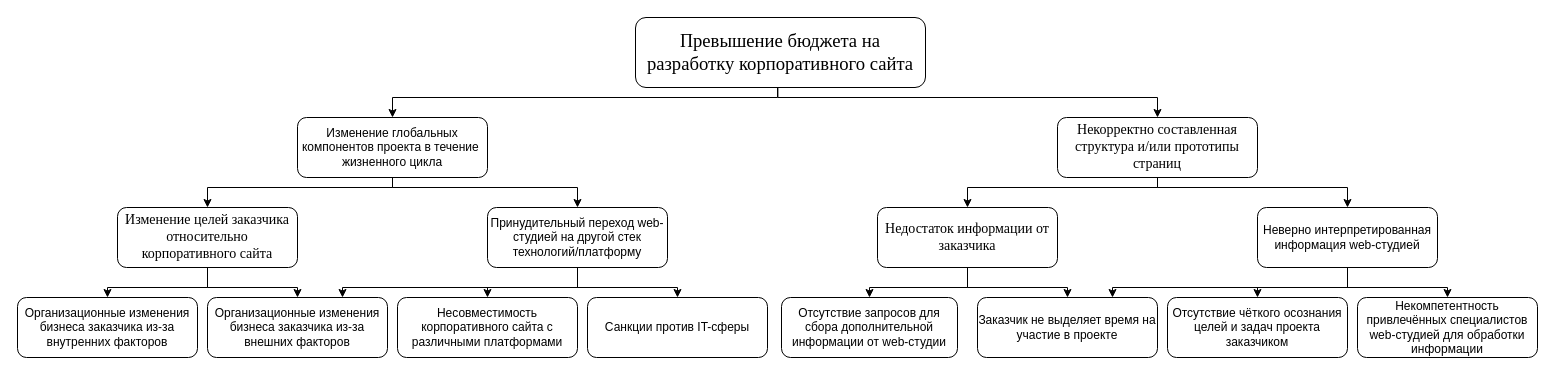
Before: page "Дерево причин" (7 of 8) of 3 курс/5 семестр/ТСиСА/Курсовая/модели2ч.drawio in Luzinsan/tusur, a draw.io diagram. Source tidied: cells renumbered, new cells numbered last; positions are measured from the earlier drawing's top-left corner, leaving out a move shared by most shapes. Both pictures are drawn from the tidied source at 100%, with x=0, y=0 at pixel (17, 17).
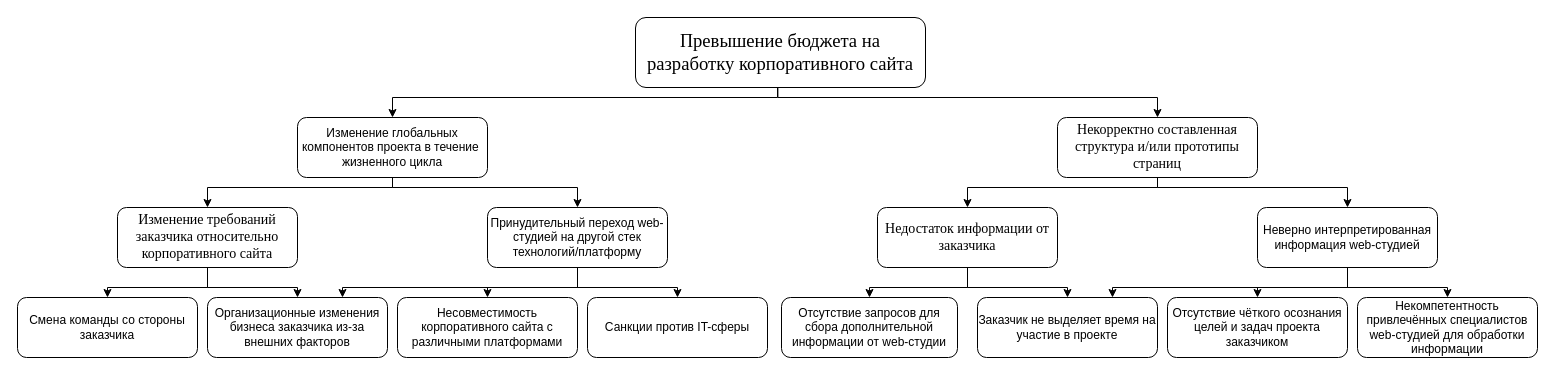
The same page after the edit.

Commit message (it also covers changes not shown here):
ТСиСА (Курсач) - начало 3-й части

Change to the diagram source:
```diff
@@
-    <mxCell id="13" value="Изменение целей заказчика относительно корпоративного сайта" style="rounded=1;whiteSpace=wrap;html=1;fontFamily=Times New Roman;fontSize=14;" parent="1" vertex="1">
+    <mxCell id="13" value="Изменение требований заказчика относительно корпоративного сайта" style="rounded=1;whiteSpace=wrap;html=1;fontFamily=Times New Roman;fontSize=14;" parent="1" vertex="1">
       <mxGeometry x="100" y="190" width="180" height="60" as="geometry" />
     </mxCell>
@@
-    <mxCell id="25" value="Организационные изменения бизнеса заказчика из-за внутренних факторов" style="rounded=1;whiteSpace=wrap;html=1;" parent="1" vertex="1">
+    <mxCell id="25" value="Смена команды со стороны заказчика" style="rounded=1;whiteSpace=wrap;html=1;" parent="1" vertex="1">
       <mxGeometry y="280" width="180" height="60" as="geometry" />
     </mxCell>
```
